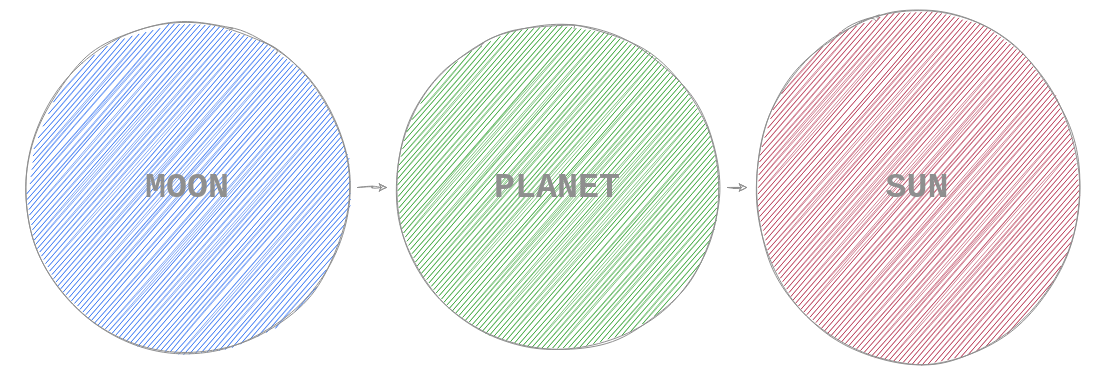
hassanhabib/The-Standard-Turkish keeps this draw.io diagram as page "0.0.4 2" (4 of 6) of 0. Introduction/Resources/The Theory/The Theory.drawio. Above is the earlier version. Source tidied: cells renumbered, new cells numbered last; positions are measured from the earlier drawing's top-left corner, leaving out a move shared by most shapes. Both pictures are drawn from the tidied source at 100%, with x=0, y=0 at pixel (17, 17).
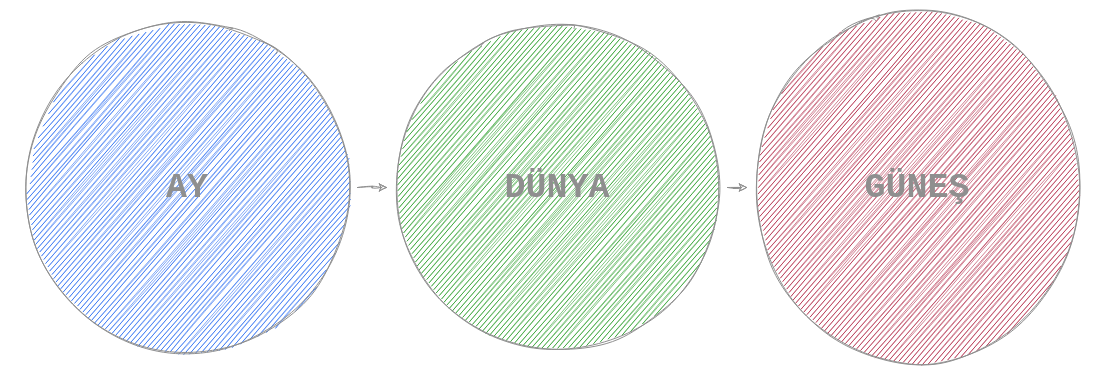
After the change.

Diff of the diagram source:
```diff
@@
 <mxGraphModel>
   <root>
     <mxCell id="0" />
     <mxCell id="1" parent="0" />
-    <mxCell id="2" value="SUN" style="ellipse;whiteSpace=wrap;html=1;rounded=1;sketch=1;fillColor=#a20025;strokeColor=#8F8F8F;fontFamily=Courier New;fontStyle=1;fontSize=35;fontColor=#8F8F8F;" parent="1" vertex="1">
+    <mxCell id="2" value="GÜNEŞ" style="ellipse;whiteSpace=wrap;html=1;rounded=1;sketch=1;fillColor=#a20025;strokeColor=#8F8F8F;fontFamily=Courier New;fontStyle=1;fontSize=35;fontColor=#8F8F8F;" parent="1" vertex="1">
       <mxGeometry x="730" width="340" height="340" as="geometry" />
     </mxCell>
     <mxCell id="3" style="edgeStyle=orthogonalEdgeStyle;curved=1;rounded=1;sketch=1;jettySize=auto;html=1;entryX=0;entryY=0.5;entryDx=0;entryDy=0;strokeColor=#8F8F8F;fontFamily=Courier New;fontStyle=1;fontColor=#8F8F8F;" parent="1" edge="1" source="4" target="2">
       <mxGeometry relative="1" as="geometry" />
     </mxCell>
-    <mxCell id="4" value="&lt;font style=&quot;font-size: 35px&quot;&gt;PLANET&lt;/font&gt;" style="ellipse;whiteSpace=wrap;html=1;rounded=1;sketch=1;fillColor=#008a00;strokeColor=#8F8F8F;fontFamily=Courier New;fontStyle=1;fontSize=25;fontColor=#8F8F8F;" parent="1" vertex="1">
+    <mxCell id="4" value="&lt;font style=&quot;font-size: 35px&quot;&gt;DÜNYA&lt;/font&gt;" style="ellipse;whiteSpace=wrap;html=1;rounded=1;sketch=1;fillColor=#008a00;strokeColor=#8F8F8F;fontFamily=Courier New;fontStyle=1;fontSize=25;fontColor=#8F8F8F;" parent="1" vertex="1">
       <mxGeometry x="370" width="340" height="340" as="geometry" />
     </mxCell>
     <mxCell id="5" style="edgeStyle=orthogonalEdgeStyle;curved=1;rounded=1;sketch=1;jettySize=auto;html=1;strokeColor=#8F8F8F;fontFamily=Courier New;fontStyle=1;fontColor=#8F8F8F;" parent="1" edge="1" source="6" target="4">
       <mxGeometry relative="1" as="geometry" />
     </mxCell>
-    <mxCell id="6" value="&lt;font style=&quot;font-size: 35px&quot;&gt;MOON&lt;/font&gt;" style="ellipse;whiteSpace=wrap;html=1;rounded=1;sketch=1;fillColor=#0050ef;strokeColor=#8F8F8F;fontFamily=Courier New;fontStyle=1;fontColor=#8F8F8F;" parent="1" vertex="1">
+    <mxCell id="6" value="&lt;font style=&quot;font-size: 35px&quot;&gt;AY&lt;/font&gt;" style="ellipse;whiteSpace=wrap;html=1;rounded=1;sketch=1;fillColor=#0050ef;strokeColor=#8F8F8F;fontFamily=Courier New;fontStyle=1;fontColor=#8F8F8F;" parent="1" vertex="1">
       <mxGeometry width="340" height="340" as="geometry" />
     </mxCell>
   </root>
 </mxGraphModel>
```
